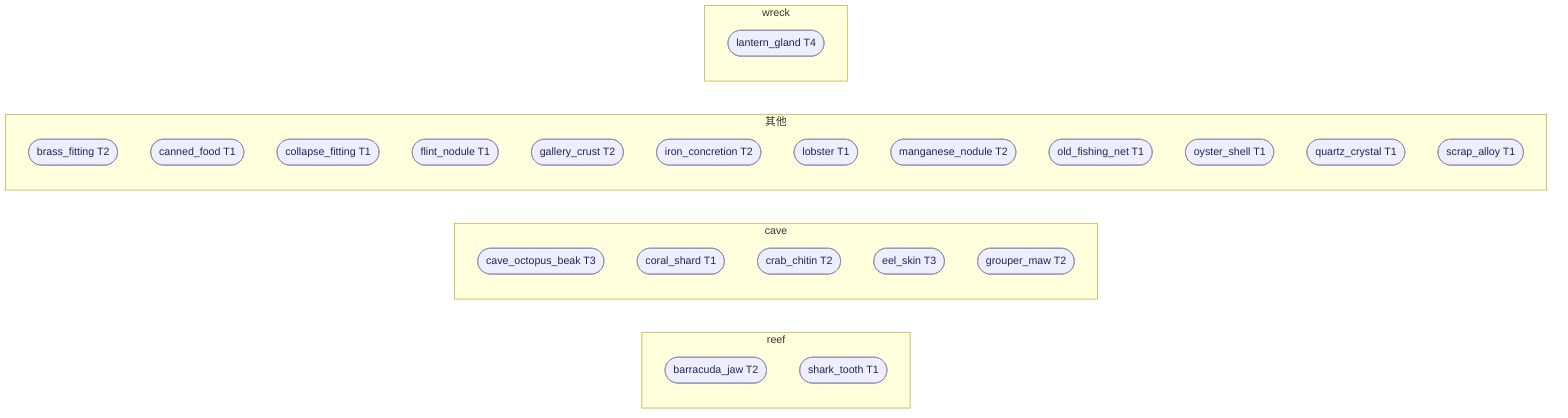
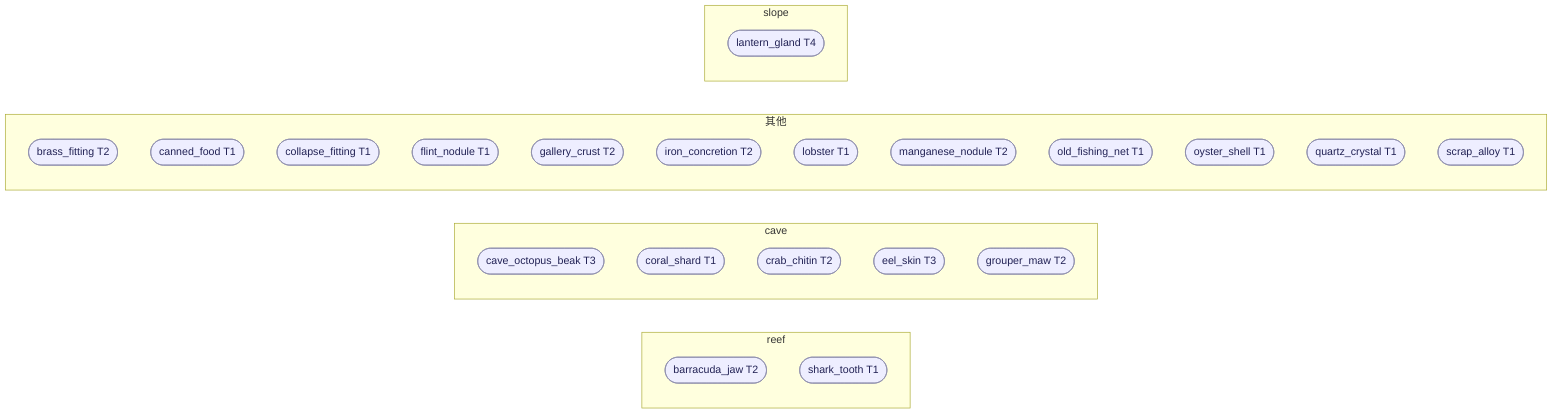
%% 自动生成·勿手改——`node scripts/emit-economy-graph.mjs --write` 再生（见 scripts/lib/economy-dag.mjs）
%% 边 = 建造 --需要--> 材料；红 = 违反 F1/F2/F4 硬门·琥珀 = F5 软警告（详情跑 npm run regress --only economy）
flowchart LR
  classDef bad fill:#fdd,stroke:#c00,stroke-width:2px,color:#900;
  classDef warn fill:#fff3d6,stroke:#c90,stroke-width:1px,color:#850;
  classDef mat fill:#eef,stroke:#88a,color:#225;
  subgraph reef["reef"]
    item_barracuda_jaw(["barracuda_jaw T2"]):::mat
    item_shark_tooth(["shark_tooth T1"]):::mat
  end
  subgraph cave["cave"]
    item_cave_octopus_beak(["cave_octopus_beak T3"]):::mat
    item_coral_shard(["coral_shard T1"]):::mat
    item_crab_chitin(["crab_chitin T2"]):::mat
    item_eel_skin(["eel_skin T3"]):::mat
    item_grouper_maw(["grouper_maw T2"]):::mat
  end
  subgraph __["其他"]
    item_brass_fitting(["brass_fitting T2"]):::mat
    item_canned_food(["canned_food T1"]):::mat
    item_collapse_fitting(["collapse_fitting T1"]):::mat
    item_flint_nodule(["flint_nodule T1"]):::mat
    item_gallery_crust(["gallery_crust T2"]):::mat
    item_iron_concretion(["iron_concretion T2"]):::mat
    item_lobster(["lobster T1"]):::mat
    item_manganese_nodule(["manganese_nodule T2"]):::mat
    item_old_fishing_net(["old_fishing_net T1"]):::mat
    item_oyster_shell(["oyster_shell T1"]):::mat
    item_quartz_crystal(["quartz_crystal T1"]):::mat
    item_scrap_alloy(["scrap_alloy T1"]):::mat
  end
-   subgraph wreck["wreck"]
+   subgraph slope["slope"]
    item_lantern_gland(["lantern_gland T4"]):::mat
  end
